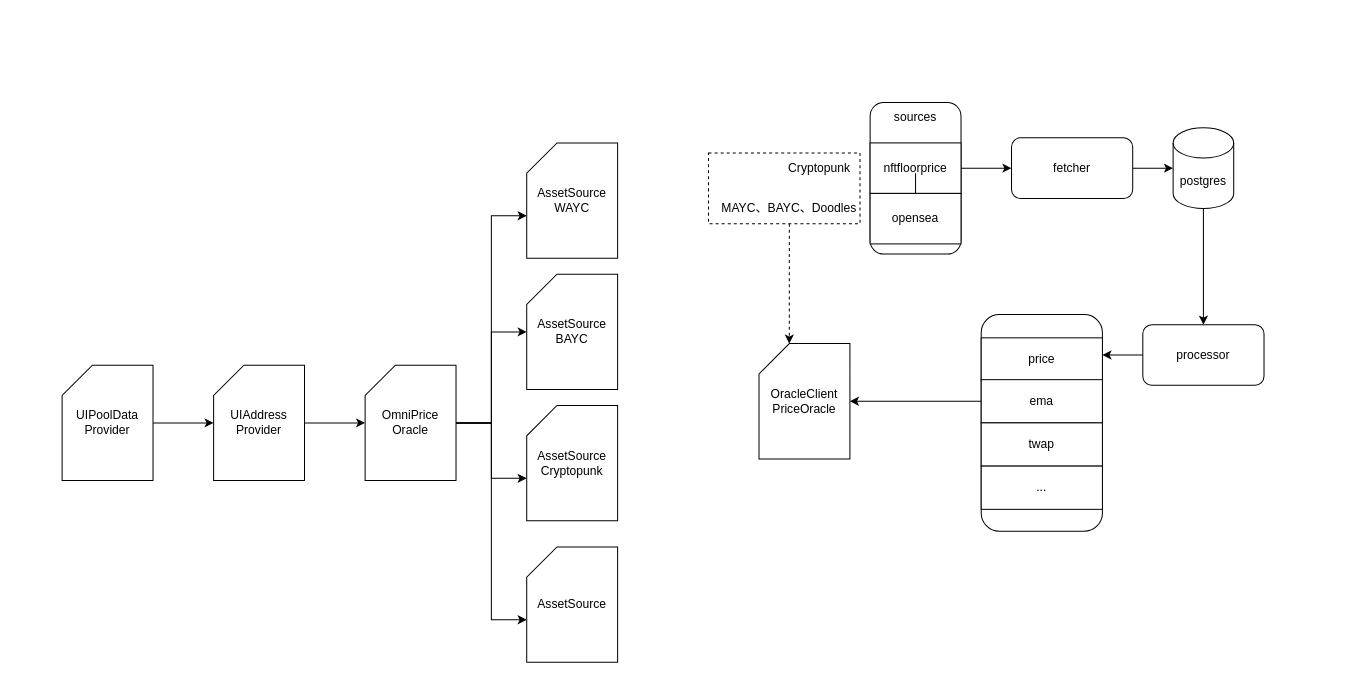
The draw.io diagram drawio/nft-price-oracle.drawio in 0xrjman/resources, before the edit. Source tidied: cells renumbered, new cells numbered last; positions are measured from the earlier drawing's top-left corner, leaving out a move shared by most shapes. Both pictures are drawn from the tidied source at 101%, with x=0, y=0 at pixel (62, 102).
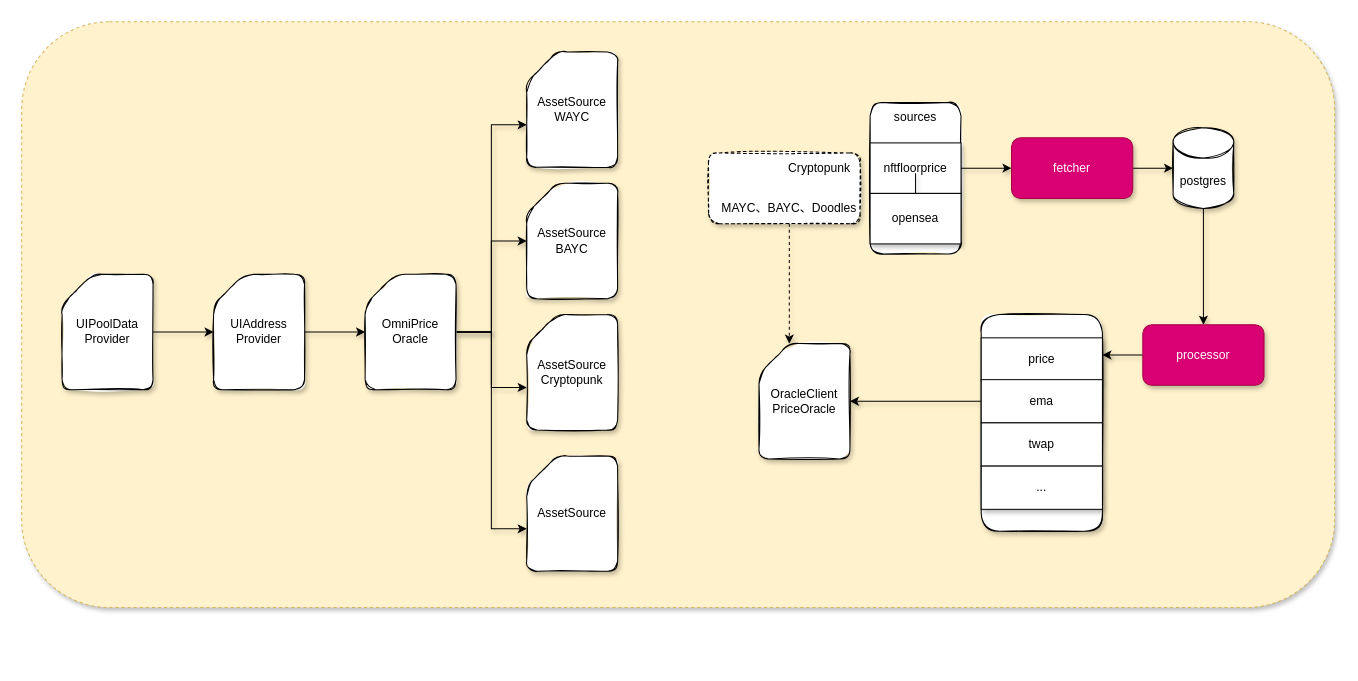
Above is the later version.

What changed in the source:
```diff
@@
+    <mxCell id="38" style="rounded=1;whiteSpace=wrap;html=1;dashed=1;fillColor=#fff2cc;strokeColor=#d6b656;glass=0;shadow=1;" parent="1" vertex="1">
+      <mxGeometry x="-40" y="-80" width="1300" height="580" as="geometry" />
+    </mxCell>
-    <mxCell id="2" style="rounded=0;whiteSpace=wrap;html=1;dashed=1;" parent="1" vertex="1">
+    <mxCell id="2" style="rounded=1;whiteSpace=wrap;html=1;dashed=1;shadow=1;glass=0;sketch=1;" parent="1" vertex="1">
       <mxGeometry x="640" y="50" width="150" height="70" as="geometry" />
     </mxCell>
-    <mxCell id="3" style="rounded=1;whiteSpace=wrap;html=1;" parent="1" vertex="1">
+    <mxCell id="3" style="rounded=1;whiteSpace=wrap;html=1;shadow=0;glass=0;sketch=1;" parent="1" vertex="1">
       <mxGeometry x="800" width="90" height="150" as="geometry" />
     </mxCell>
-    <mxCell id="4" style="edgeStyle=orthogonalEdgeStyle;rounded=0;jettySize=auto;html=1;exitX=1;exitY=0.5;exitDx=0;exitDy=0;entryX=0;entryY=0.5;entryDx=0;entryDy=0;" parent="1" edge="1" source="5" target="15">
+    <mxCell id="4" style="edgeStyle=orthogonalEdgeStyle;rounded=0;jettySize=auto;html=1;exitX=1;exitY=0.5;exitDx=0;exitDy=0;entryX=0;entryY=0.5;entryDx=0;entryDy=0;shadow=1;" parent="1" edge="1" source="5" target="15">
       <mxGeometry relative="1" as="geometry" />
     </mxCell>
-    <mxCell id="5" value="nftfloorprice" style="rounded=0;whiteSpace=wrap;html=1;" parent="1" vertex="1">
+    <mxCell id="5" value="nftfloorprice" style="rounded=0;whiteSpace=wrap;html=1;shadow=1;" parent="1" vertex="1">
       <mxGeometry x="800" y="40" width="90" height="50" as="geometry" />
     </mxCell>
-    <mxCell id="6" style="edgeStyle=orthogonalEdgeStyle;rounded=0;jettySize=auto;html=1;" parent="1" edge="1" source="7" target="5">
+    <mxCell id="6" style="edgeStyle=orthogonalEdgeStyle;rounded=0;jettySize=auto;html=1;shadow=1;" parent="1" edge="1" source="7" target="5">
       <mxGeometry relative="1" as="geometry" />
     </mxCell>
-    <mxCell id="7" value="opensea" style="rounded=0;whiteSpace=wrap;html=1;" parent="1" vertex="1">
+    <mxCell id="7" value="opensea" style="rounded=0;whiteSpace=wrap;html=1;shadow=1;" parent="1" vertex="1">
       <mxGeometry x="800" y="90" width="90" height="50" as="geometry" />
     </mxCell>
-    <mxCell id="8" style="edgeStyle=orthogonalEdgeStyle;rounded=0;jettySize=auto;html=1;exitX=0.5;exitY=1;exitDx=0;exitDy=0;entryX=0;entryY=0;entryDx=30;entryDy=0;entryPerimeter=0;dashed=1;" parent="1" edge="1" source="9" target="24">
+    <mxCell id="8" style="edgeStyle=orthogonalEdgeStyle;rounded=0;jettySize=auto;html=1;exitX=0.5;exitY=1;exitDx=0;exitDy=0;entryX=0;entryY=0;entryDx=30;entryDy=0;entryPerimeter=0;dashed=1;shadow=1;" parent="1" edge="1" source="9" target="24">
       <mxGeometry relative="1" as="geometry" />
     </mxCell>
-    <mxCell id="9" value="MAYC、BAYC、Doodles" style="text;html=1;strokeColor=none;fillColor=none;align=center;verticalAlign=middle;whiteSpace=wrap;rounded=0;" parent="1" vertex="1">
+    <mxCell id="9" value="MAYC、BAYC、Doodles" style="text;html=1;strokeColor=none;fillColor=none;align=center;verticalAlign=middle;whiteSpace=wrap;rounded=0;shadow=1;" parent="1" vertex="1">
       <mxGeometry x="640" y="90" width="160" height="30" as="geometry" />
     </mxCell>
-    <mxCell id="10" value="Cryptopunk" style="text;html=1;strokeColor=none;fillColor=none;align=center;verticalAlign=middle;whiteSpace=wrap;rounded=0;" parent="1" vertex="1">
+    <mxCell id="10" value="Cryptopunk" style="text;html=1;strokeColor=none;fillColor=none;align=center;verticalAlign=middle;whiteSpace=wrap;rounded=0;shadow=1;" parent="1" vertex="1">
       <mxGeometry x="720" y="50" width="60" height="30" as="geometry" />
     </mxCell>
-    <mxCell id="11" value="sources" style="text;html=1;strokeColor=none;fillColor=none;align=center;verticalAlign=middle;whiteSpace=wrap;rounded=0;" parent="1" vertex="1">
+    <mxCell id="11" value="sources" style="text;html=1;strokeColor=none;fillColor=none;align=center;verticalAlign=middle;whiteSpace=wrap;rounded=0;shadow=1;" parent="1" vertex="1">
       <mxGeometry x="815" width="60" height="30" as="geometry" />
     </mxCell>
-    <mxCell id="12" style="edgeStyle=orthogonalEdgeStyle;rounded=0;jettySize=auto;html=1;exitX=0.5;exitY=1;exitDx=0;exitDy=0;exitPerimeter=0;entryX=0.5;entryY=0;entryDx=0;entryDy=0;" parent="1" edge="1" source="13" target="17">
+    <mxCell id="12" style="edgeStyle=orthogonalEdgeStyle;rounded=0;jettySize=auto;html=1;exitX=0.5;exitY=1;exitDx=0;exitDy=0;exitPerimeter=0;entryX=0.5;entryY=0;entryDx=0;entryDy=0;shadow=1;" parent="1" edge="1" source="13" target="17">
       <mxGeometry relative="1" as="geometry" />
     </mxCell>
-    <mxCell id="13" value="postgres" style="shape=cylinder3;whiteSpace=wrap;html=1;boundedLbl=1;backgroundOutline=1;size=15;" parent="1" vertex="1">
+    <mxCell id="13" value="postgres" style="shape=cylinder3;whiteSpace=wrap;html=1;boundedLbl=1;backgroundOutline=1;size=15;shadow=1;sketch=1;" parent="1" vertex="1">
       <mxGeometry x="1100" y="25" width="60" height="80" as="geometry" />
     </mxCell>
-    <mxCell id="14" style="edgeStyle=orthogonalEdgeStyle;rounded=0;jettySize=auto;html=1;exitX=1;exitY=0.5;exitDx=0;exitDy=0;entryX=0;entryY=0.5;entryDx=0;entryDy=0;entryPerimeter=0;" parent="1" edge="1" source="15" target="13">
+    <mxCell id="14" style="edgeStyle=orthogonalEdgeStyle;rounded=0;jettySize=auto;html=1;exitX=1;exitY=0.5;exitDx=0;exitDy=0;entryX=0;entryY=0.5;entryDx=0;entryDy=0;entryPerimeter=0;shadow=1;" parent="1" edge="1" source="15" target="13">
       <mxGeometry relative="1" as="geometry" />
     </mxCell>
-    <mxCell id="15" value="fetcher" style="rounded=1;whiteSpace=wrap;html=1;" parent="1" vertex="1">
+    <mxCell id="15" value="fetcher" style="rounded=1;whiteSpace=wrap;html=1;fillColor=#d80073;strokeColor=#A50040;fontColor=#ffffff;shadow=1;" parent="1" vertex="1">
       <mxGeometry x="940" y="35" width="120" height="60" as="geometry" />
     </mxCell>
-    <mxCell id="16" style="edgeStyle=orthogonalEdgeStyle;rounded=0;jettySize=auto;html=1;exitX=0;exitY=0.5;exitDx=0;exitDy=0;" parent="1" edge="1" source="17">
+    <mxCell id="16" style="edgeStyle=orthogonalEdgeStyle;rounded=0;jettySize=auto;html=1;exitX=0;exitY=0.5;exitDx=0;exitDy=0;shadow=1;" parent="1" edge="1" source="17">
       <mxGeometry relative="1" as="geometry">
         <mxPoint x="1030" y="250" as="targetPoint" />
       </mxGeometry>
     </mxCell>
-    <mxCell id="17" value="processor" style="rounded=1;whiteSpace=wrap;html=1;" parent="1" vertex="1">
+    <mxCell id="17" value="processor" style="rounded=1;whiteSpace=wrap;html=1;fillColor=#d80073;fontColor=#ffffff;strokeColor=#A50040;shadow=1;" parent="1" vertex="1">
       <mxGeometry x="1070" y="220" width="120" height="60" as="geometry" />
     </mxCell>
-    <mxCell id="18" style="rounded=1;whiteSpace=wrap;html=1;" parent="1" vertex="1">
+    <mxCell id="18" style="rounded=1;whiteSpace=wrap;html=1;shadow=1;glass=0;sketch=1;" parent="1" vertex="1">
       <mxGeometry x="910" y="210" width="120" height="214.4" as="geometry" />
     </mxCell>
-    <mxCell id="19" value="price" style="rounded=0;whiteSpace=wrap;html=1;" parent="1" vertex="1">
+    <mxCell id="19" value="price" style="rounded=0;whiteSpace=wrap;html=1;shadow=1;" parent="1" vertex="1">
       <mxGeometry x="910" y="233" width="120" height="42.8" as="geometry" />
     </mxCell>
-    <mxCell id="20" style="edgeStyle=orthogonalEdgeStyle;rounded=0;jettySize=auto;html=1;exitX=0;exitY=0.5;exitDx=0;exitDy=0;entryX=1;entryY=0.5;entryDx=0;entryDy=0;entryPerimeter=0;" parent="1" edge="1" source="21" target="24">
+    <mxCell id="20" style="edgeStyle=orthogonalEdgeStyle;rounded=0;jettySize=auto;html=1;exitX=0;exitY=0.5;exitDx=0;exitDy=0;entryX=1;entryY=0.5;entryDx=0;entryDy=0;entryPerimeter=0;shadow=1;" parent="1" edge="1" source="21" target="24">
       <mxGeometry relative="1" as="geometry" />
     </mxCell>
-    <mxCell id="21" value="ema" style="rounded=0;whiteSpace=wrap;html=1;" parent="1" vertex="1">
+    <mxCell id="21" value="ema" style="rounded=0;whiteSpace=wrap;html=1;shadow=1;" parent="1" vertex="1">
       <mxGeometry x="910" y="274.4" width="120" height="42.8" as="geometry" />
     </mxCell>
-    <mxCell id="22" value="twap" style="rounded=0;whiteSpace=wrap;html=1;" parent="1" vertex="1">
+    <mxCell id="22" value="twap" style="rounded=0;whiteSpace=wrap;html=1;shadow=1;" parent="1" vertex="1">
       <mxGeometry x="910" y="317.2" width="120" height="42.8" as="geometry" />
     </mxCell>
-    <mxCell id="23" value="..." style="rounded=0;whiteSpace=wrap;html=1;" parent="1" vertex="1">
+    <mxCell id="23" value="..." style="rounded=0;whiteSpace=wrap;html=1;shadow=1;" parent="1" vertex="1">
       <mxGeometry x="910" y="360" width="120" height="42.8" as="geometry" />
     </mxCell>
-    <mxCell id="24" value="OracleClient&lt;br&gt;PriceOracle" style="shape=card;whiteSpace=wrap;html=1;" parent="1" vertex="1">
+    <mxCell id="24" value="OracleClient&lt;br&gt;PriceOracle" style="shape=card;whiteSpace=wrap;html=1;shadow=1;rounded=1;sketch=1;" parent="1" vertex="1">
       <mxGeometry x="690" y="238.7" width="90" height="114.2" as="geometry" />
     </mxCell>
-    <mxCell id="25" style="edgeStyle=orthogonalEdgeStyle;rounded=0;jettySize=auto;html=1;exitX=1;exitY=0.5;exitDx=0;exitDy=0;exitPerimeter=0;" parent="1" edge="1" source="26" target="28">
+    <mxCell id="25" style="edgeStyle=orthogonalEdgeStyle;rounded=0;jettySize=auto;html=1;exitX=1;exitY=0.5;exitDx=0;exitDy=0;exitPerimeter=0;shadow=1;" parent="1" edge="1" source="26" target="28">
       <mxGeometry relative="1" as="geometry" />
     </mxCell>
-    <mxCell id="26" value="UIPoolData&lt;br&gt;Provider" style="shape=card;whiteSpace=wrap;html=1;" parent="1" vertex="1">
-      <mxGeometry y="260.1" width="90" height="114.2" as="geometry" />
+    <mxCell id="26" value="UIPoolData&lt;br&gt;Provider" style="shape=card;whiteSpace=wrap;html=1;shadow=1;rounded=1;sketch=1;" parent="1" vertex="1">
+      <mxGeometry y="170.1" width="90" height="114.2" as="geometry" />
     </mxCell>
-    <mxCell id="27" style="edgeStyle=orthogonalEdgeStyle;rounded=0;jettySize=auto;html=1;exitX=1;exitY=0.5;exitDx=0;exitDy=0;exitPerimeter=0;" parent="1" edge="1" source="28" target="33">
+    <mxCell id="27" style="edgeStyle=orthogonalEdgeStyle;rounded=0;jettySize=auto;html=1;exitX=1;exitY=0.5;exitDx=0;exitDy=0;exitPerimeter=0;shadow=1;" parent="1" edge="1" source="28" target="33">
       <mxGeometry relative="1" as="geometry" />
     </mxCell>
-    <mxCell id="28" value="UIAddress&lt;br&gt;Provider" style="shape=card;whiteSpace=wrap;html=1;" parent="1" vertex="1">
-      <mxGeometry x="150" y="260.1" width="90" height="114.2" as="geometry" />
+    <mxCell id="28" value="UIAddress&lt;br&gt;Provider" style="shape=card;whiteSpace=wrap;html=1;shadow=1;rounded=1;sketch=1;" parent="1" vertex="1">
+      <mxGeometry x="150" y="170.1" width="90" height="114.2" as="geometry" />
     </mxCell>
-    <mxCell id="29" style="edgeStyle=orthogonalEdgeStyle;rounded=0;jettySize=auto;html=1;exitX=1;exitY=0.5;exitDx=0;exitDy=0;exitPerimeter=0;" parent="1" edge="1" source="33" target="34">
+    <mxCell id="29" style="edgeStyle=orthogonalEdgeStyle;rounded=0;jettySize=auto;html=1;exitX=1;exitY=0.5;exitDx=0;exitDy=0;exitPerimeter=0;shadow=1;" parent="1" edge="1" source="33" target="34">
       <mxGeometry relative="1" as="geometry" />
     </mxCell>
-    <mxCell id="30" style="edgeStyle=orthogonalEdgeStyle;rounded=0;jettySize=auto;html=1;exitX=1;exitY=0.5;exitDx=0;exitDy=0;exitPerimeter=0;entryX=0;entryY=0;entryDx=0;entryDy=72.10499999999999;entryPerimeter=0;" parent="1" edge="1" source="33" target="35">
+    <mxCell id="30" style="edgeStyle=orthogonalEdgeStyle;rounded=0;jettySize=auto;html=1;exitX=1;exitY=0.5;exitDx=0;exitDy=0;exitPerimeter=0;entryX=0;entryY=0;entryDx=0;entryDy=72.10499999999999;entryPerimeter=0;shadow=1;" parent="1" edge="1" source="33" target="35">
       <mxGeometry relative="1" as="geometry" />
     </mxCell>
-    <mxCell id="31" style="edgeStyle=orthogonalEdgeStyle;rounded=0;jettySize=auto;html=1;exitX=1;exitY=0.5;exitDx=0;exitDy=0;exitPerimeter=0;entryX=0;entryY=0;entryDx=0;entryDy=72.10499999999999;entryPerimeter=0;" parent="1" edge="1" source="33" target="36">
+    <mxCell id="31" style="edgeStyle=orthogonalEdgeStyle;rounded=0;jettySize=auto;html=1;exitX=1;exitY=0.5;exitDx=0;exitDy=0;exitPerimeter=0;entryX=0;entryY=0;entryDx=0;entryDy=72.10499999999999;entryPerimeter=0;shadow=1;" parent="1" edge="1" source="33" target="36">
       <mxGeometry relative="1" as="geometry" />
     </mxCell>
-    <mxCell id="32" style="edgeStyle=orthogonalEdgeStyle;rounded=0;jettySize=auto;html=1;exitX=1;exitY=0.5;exitDx=0;exitDy=0;exitPerimeter=0;entryX=0;entryY=0;entryDx=0;entryDy=72.10499999999999;entryPerimeter=0;" parent="1" edge="1" source="33" target="37">
+    <mxCell id="32" style="edgeStyle=orthogonalEdgeStyle;rounded=0;jettySize=auto;html=1;exitX=1;exitY=0.5;exitDx=0;exitDy=0;exitPerimeter=0;entryX=0;entryY=0;entryDx=0;entryDy=72.10499999999999;entryPerimeter=0;shadow=1;" parent="1" edge="1" source="33" target="37">
       <mxGeometry relative="1" as="geometry" />
     </mxCell>
-    <mxCell id="33" value="OmniPrice&lt;br&gt;Oracle" style="shape=card;whiteSpace=wrap;html=1;" parent="1" vertex="1">
-      <mxGeometry x="300" y="260.1" width="90" height="114.2" as="geometry" />
+    <mxCell id="33" value="OmniPrice&lt;br&gt;Oracle" style="shape=card;whiteSpace=wrap;html=1;shadow=1;rounded=1;sketch=1;" parent="1" vertex="1">
+      <mxGeometry x="300" y="170.1" width="90" height="114.2" as="geometry" />
     </mxCell>
-    <mxCell id="34" value="AssetSource&lt;br&gt;BAYC" style="shape=card;whiteSpace=wrap;html=1;" parent="1" vertex="1">
-      <mxGeometry x="460" y="170" width="90" height="114.2" as="geometry" />
+    <mxCell id="34" value="AssetSource&lt;br&gt;BAYC" style="shape=card;whiteSpace=wrap;html=1;shadow=1;rounded=1;sketch=1;" parent="1" vertex="1">
+      <mxGeometry x="460" y="80" width="90" height="114.2" as="geometry" />
     </mxCell>
-    <mxCell id="35" value="AssetSource&lt;br&gt;Cryptopunk" style="shape=card;whiteSpace=wrap;html=1;" parent="1" vertex="1">
-      <mxGeometry x="460" y="300" width="90" height="114.2" as="geometry" />
+    <mxCell id="35" value="AssetSource&lt;br&gt;Cryptopunk" style="shape=card;whiteSpace=wrap;html=1;shadow=1;rounded=1;sketch=1;" parent="1" vertex="1">
+      <mxGeometry x="460" y="210" width="90" height="114.2" as="geometry" />
     </mxCell>
-    <mxCell id="36" value="AssetSource&lt;br&gt;" style="shape=card;whiteSpace=wrap;html=1;" parent="1" vertex="1">
-      <mxGeometry x="460" y="440" width="90" height="114.2" as="geometry" />
+    <mxCell id="36" value="AssetSource&lt;br&gt;" style="shape=card;whiteSpace=wrap;html=1;shadow=1;rounded=1;sketch=1;" parent="1" vertex="1">
+      <mxGeometry x="460" y="350" width="90" height="114.2" as="geometry" />
     </mxCell>
-    <mxCell id="37" value="AssetSource&lt;br&gt;WAYC" style="shape=card;whiteSpace=wrap;html=1;" parent="1" vertex="1">
-      <mxGeometry x="460" y="40" width="90" height="114.2" as="geometry" />
+    <mxCell id="37" value="AssetSource&lt;br&gt;WAYC" style="shape=card;whiteSpace=wrap;html=1;shadow=1;rounded=1;sketch=1;" parent="1" vertex="1">
+      <mxGeometry x="460" y="-50" width="90" height="114.2" as="geometry" />
     </mxCell>
```
